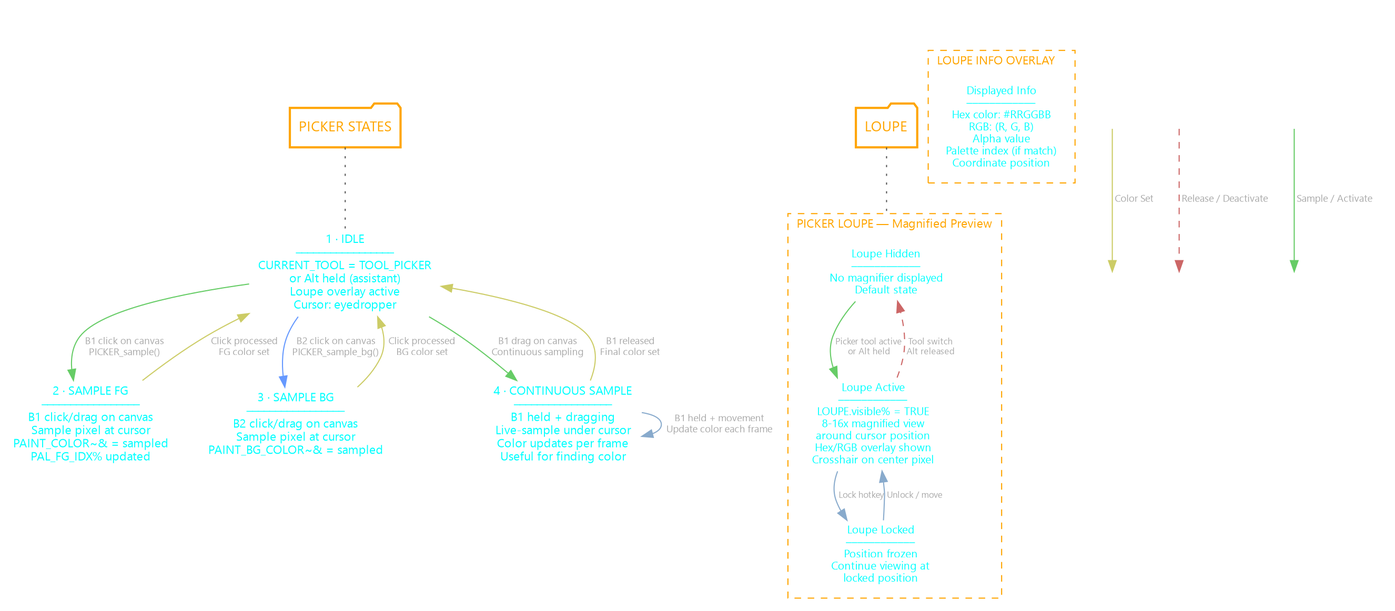
This is PLANS/diagrams/TOOLS/PICKER-STATES.png from grymmjack/DRAW, a Graphviz export, as it was before one commit. Its source is kept beside it as PLANS/diagrams/TOOLS/PICKER-STATES.DOT.
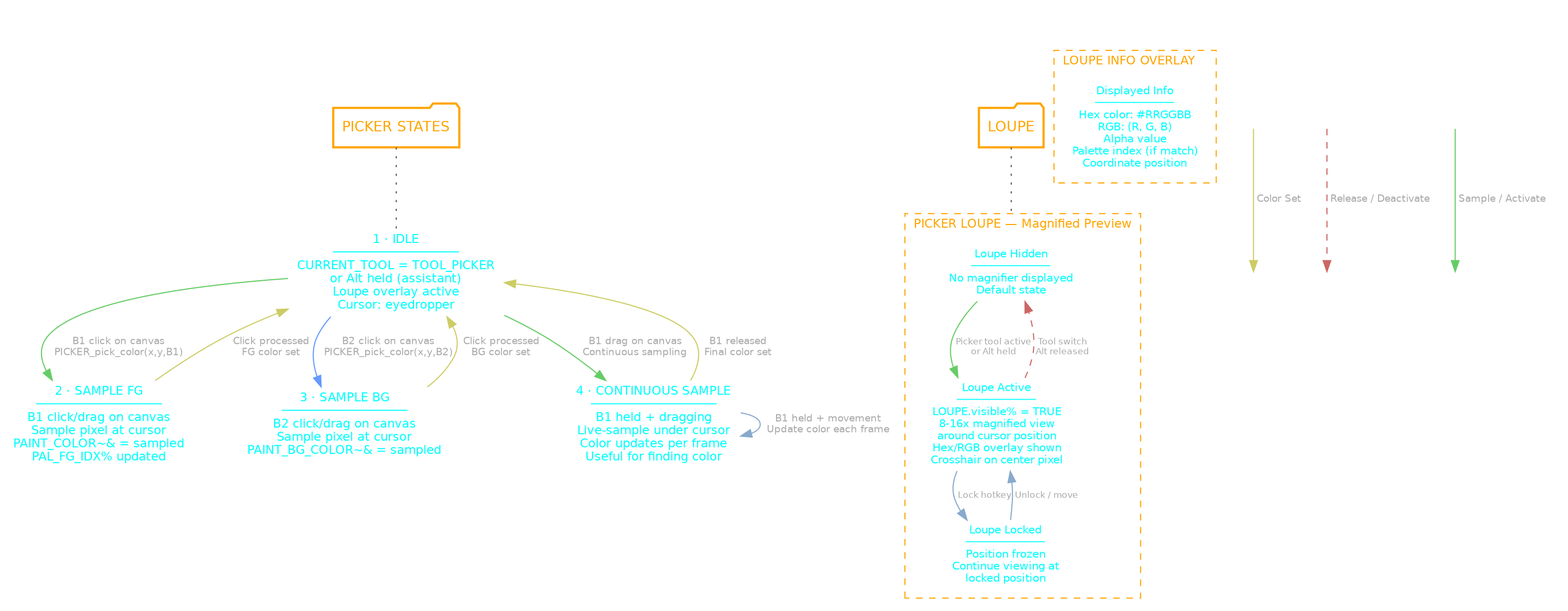
The same diagram one commit later.

The edit, as a diff of the source:
```diff
@@ -23,8 +23,8 @@
     S_SAMPLE_BG [label="3 · SAMPLE BG\n─────────────────\nB2 click/drag on canvas\nSample pixel at cursor\nPAINT_BG_COLOR~& = sampled"];
     S_CONTINUOUS [label="4 · CONTINUOUS SAMPLE\n─────────────────\nB1 held + dragging\nLive-sample under cursor\nColor updates per frame\nUseful for finding color"];
 
-    S_IDLE -> S_SAMPLE_FG [label="  B1 click on canvas\n  PICKER_sample()" color="#66cc66"];
-    S_IDLE -> S_SAMPLE_BG [label="  B2 click on canvas\n  PICKER_sample_bg()" color="#6699ff"];
+    S_IDLE -> S_SAMPLE_FG [label="  B1 click on canvas\n  PICKER_pick_color(x,y,B1)" color="#66cc66"];
+    S_IDLE -> S_SAMPLE_BG [label="  B2 click on canvas\n  PICKER_pick_color(x,y,B2)" color="#6699ff"];
     S_SAMPLE_FG -> S_IDLE [label="  Click processed\n  FG color set" color="#cccc66"];
     S_SAMPLE_BG -> S_IDLE [label="  Click processed\n  BG color set" color="#cccc66"];
     S_IDLE -> S_CONTINUOUS [label="  B1 drag on canvas\n  Continuous sampling" color="#66cc66"];
```
